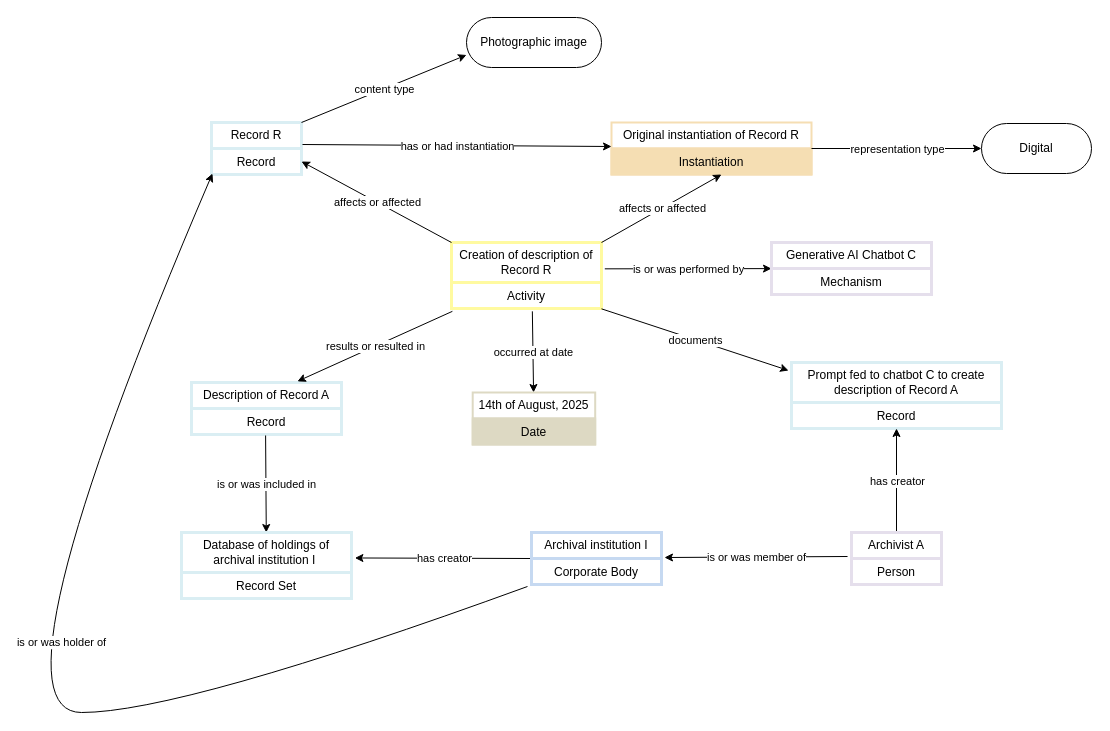
Before: diagram_sources/generative_chatbot.drawio in ICA-EGAD/RiC-AG, a draw.io diagram. Source tidied: cells renumbered, new cells numbered last; positions are measured from the earlier drawing's top-left corner, leaving out a move shared by most shapes. Both pictures are drawn from the tidied source at 100%, with x=0, y=0 at pixel (-19, 17).
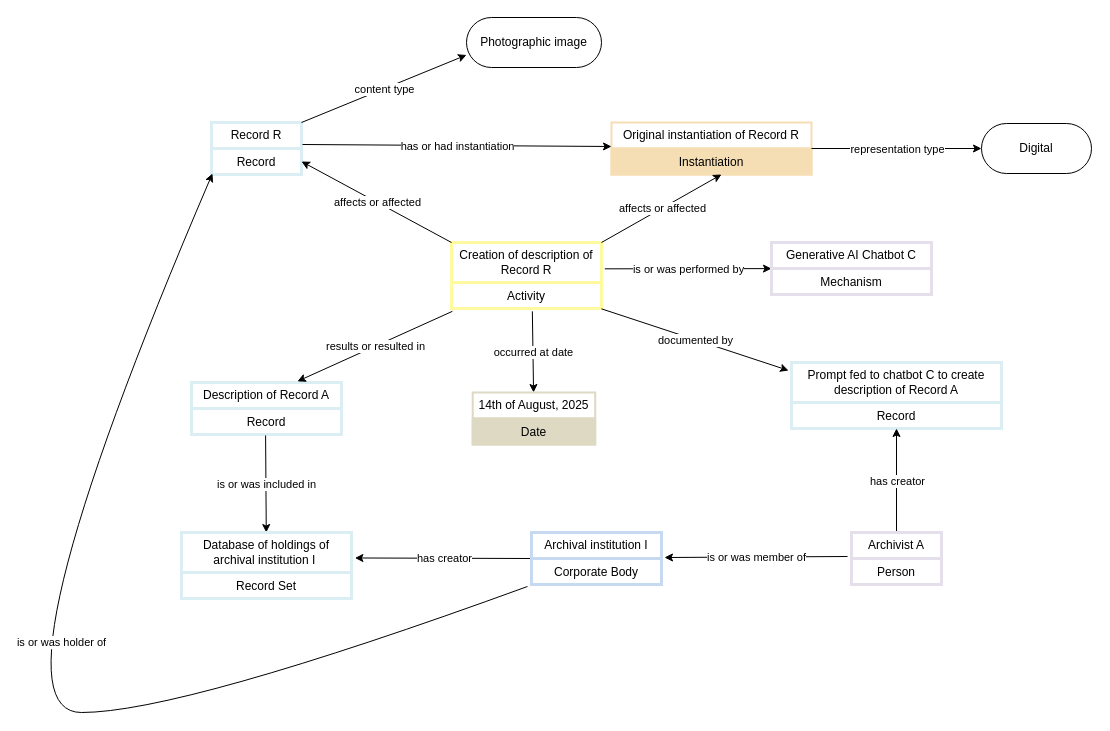
Above is the later version.

The change refers to these unchanged cells:
```xml
<mxCell id="42" style="endArrow=classic;html=1;rounded=0;entryX=-0.014;entryY=0.121;entryDx=0;entryDy=0;entryPerimeter=0;exitX=1;exitY=1.013;exitDx=0;exitDy=0;exitPerimeter=0;" parent="1" edge="1" source="15" target="24">
  <mxGeometry relative="1" as="geometry" />
</mxCell>
```

The edit, as a diff of the source:
```diff
@@
-    <mxCell id="43" value="documents" style="edgeLabel;html=1;align=center;verticalAlign=middle;" parent="42" vertex="1">
+    <mxCell id="43" value="documented by" style="edgeLabel;html=1;align=center;verticalAlign=middle;" parent="42" vertex="1">
       <mxGeometry relative="1" as="geometry" />
     </mxCell>
```
